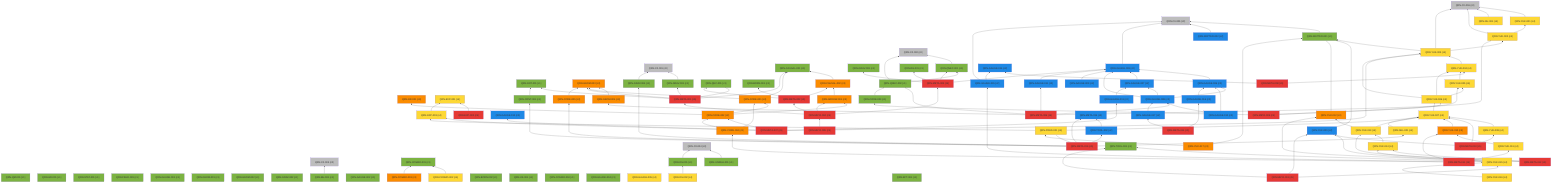
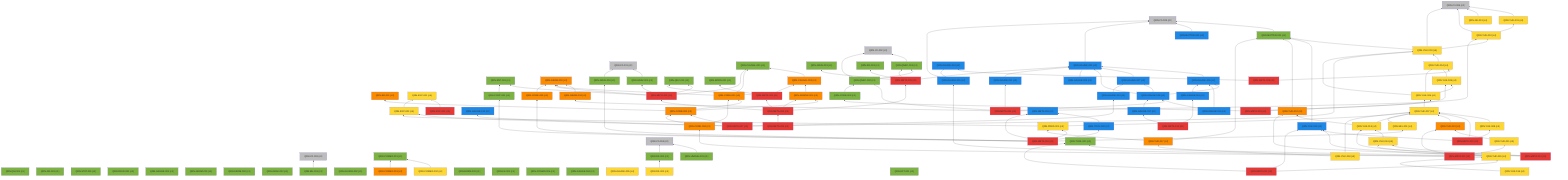
%% 自動生成 (dag/report.pl) — QRN 主張依存グラフ
graph BT
  QRN_C0_001["QRN-C0-001 (c0)"]:::c0
  QRN_C0_002["QRN-C0-002 (c0)"]:::c0
  QRN_C0_003["QRN-C0-003 (c0)"]:::c0
  QRN_C0_004["QRN-C0-004 (c0)"]:::c0
  QRN_C0_005["QRN-C0-005 (c0)"]:::c0
  QRN_C0_006["QRN-C0-006 (c0)"]:::c0
  QRN_QM_001["QRN-QM-001 (c1)"]:::c1
  QRN_GR_001["QRN-GR-001 (c1)"]:::c1
  QRN_STAT_001["QRN-STAT-001 (c1)"]:::c1
  QRN_FIELD_001["QRN-FIELD-001 (c1)"]:::c1
  QRN_GAUGE_001["QRN-GAUGE-001 (c1)"]:::c1
  QRN_ENT_001["QRN-ENT-001 (c1)"]:::c1
  QRN_GEOM_001["QRN-GEOM-001 (c1)"]:::c1
  QRN_GEOM_002["QRN-GEOM-002 (c1)"]:::c1
  QRN_GEOM_003["QRN-GEOM-003 (c3)"]:::c3
  QRN_GRAV_001["QRN-GRAV-001 (c1)"]:::c1
  QRN_GRAV_002["QRN-GRAV-002 (c1)"]:::c1
  QRN_BH_001["QRN-BH-001 (c1)"]:::c1
  QRN_CAUSAL_001["QRN-CAUSAL-001 (c1)"]:::c1
  QRN_CAUSAL_002["QRN-CAUSAL-002 (c3)"]:::c3
  QRN_ER_001["QRN-ER-001 (c3)"]:::c3
  QRN_QEC_001["QRN-QEC-001 (c1)"]:::c1
  QRN_GAUGE_002["QRN-GAUGE-002 (c1)"]:::c1
  QRN_COSMO_001["QRN-COSMO-001 (c1)"]:::c1
  QRN_COSMO_002["QRN-COSMO-002 (c4)"]:::c4
  QRN_COSMO_003["QRN-COSMO-003 (c3)"]:::c3
  QRN_BORN_001["QRN-BORN-001 (c1)"]:::c1
  QRN_BORN_002["QRN-BORN-002 (c1)"]:::c1
  QRN_GRAV_003["QRN-GRAV-003 (c1)"]:::c1
  QRN_KK_001["QRN-KK-001 (c1)"]:::c1
  QRN_MATTER_001["QRN-MATTER-001 (c1)"]:::c1
  QRN_MATTER_002["QRN-MATTER-002 (c2)"]:::c2
  QRN_COSMO_004["QRN-COSMO-004 (c1)"]:::c1
  QRN_EXP_001["QRN-EXP-001 (c4)"]:::c4
  QRN_GAUGE_003["QRN-GAUGE-003 (c2)"]:::c2
  QRN_GAUGE_004["QRN-GAUGE-004 (c1)"]:::c1
  QRN_GAUGE_005["QRN-GAUGE-005 (c4)"]:::c4
  QRN_YUK_001["QRN-YUK-001 (c4)"]:::c4
  QRN_RG_001["QRN-RG-001 (c1)"]:::c1
  QRN_UNRUH_001["QRN-UNRUH-001 (c1)"]:::c1
  QRN_QNEC_001["QRN-QNEC-001 (c1)"]:::c1
  QRN_NU_001["QRN-NU-001 (c4)"]:::c4
  QRN_GAUGE_006["QRN-GAUGE-006 (c2)"]:::c2
  QRN_DS_001["QRN-DS-001 (c1)"]:::c1
  QRN_DS_002["QRN-DS-002 (c4)"]:::c4
  QRN_ARROW_001["QRN-ARROW-001 (c3)"]:::c3
  QRN_GAUGE_007["QRN-GAUGE-007 (c2)"]:::c2
  QRN_EFT_001["QRN-EFT-001 (c1)"]:::c1
  QRN_GAUGE_008["QRN-GAUGE-008 (c2)"]:::c2
  QRN_GAUGE_009["QRN-GAUGE-009 (c2)"]:::c2
  QRN_GAUGE_010["QRN-GAUGE-010 (c2)"]:::c2
  QRN_QNEC_002["QRN-QNEC-002 (c1)"]:::c1
  QRN_GEOM_004["QRN-GEOM-004 (c3)"]:::c3
  QRN_YUK_002["QRN-YUK-002 (c4)"]:::c4
  QRN_EXP_002["QRN-EXP-002 (c5)"]:::c5
  QRN_CORE_001["QRN-CORE-001 (c3)"]:::c3
  QRN_GAUGE_011["QRN-GAUGE-011 (c2)"]:::c2
  QRN_GAUGE_012["QRN-GAUGE-012 (c2)"]:::c2
  QRN_YUK_003["QRN-YUK-003 (c4)"]:::c4
  QRN_EXP_003["QRN-EXP-003 (c4)"]:::c4
  QRN_CORE_002["QRN-CORE-002 (c3)"]:::c3
  QRN_GAUGE_013["QRN-GAUGE-013 (c2)"]:::c2
  QRN_YUK_004["QRN-YUK-004 (c4)"]:::c4
  QRN_GAUGE_014["QRN-GAUGE-014 (c2)"]:::c2
  QRN_META_001["QRN-META-001 (c5)"]:::c5
  QRN_META_002["QRN-META-002 (c5)"]:::c5
  QRN_META_003["QRN-META-003 (c5)"]:::c5
  QRN_META_004["QRN-META-004 (c5)"]:::c5
  QRN_META_005["QRN-META-005 (c5)"]:::c5
  QRN_META_006["QRN-META-006 (c5)"]:::c5
  QRN_META_007["QRN-META-007 (c5)"]:::c5
  QRN_META_008["QRN-META-008 (c5)"]:::c5
  QRN_YUK_005["QRN-YUK-005 (c4)"]:::c4
  QRN_YUK_006["QRN-YUK-006 (c4)"]:::c4
  QRN_CORE_003["QRN-CORE-003 (c1)"]:::c1
  QRN_META_009["QRN-META-009 (c5)"]:::c5
  QRN_YUK_007["QRN-YUK-007 (c4)"]:::c4
  QRN_YUK_008["QRN-YUK-008 (c4)"]:::c4
  QRN_YUK_009["QRN-YUK-009 (c2)"]:::c2
  QRN_META_010["QRN-META-010 (c5)"]:::c5
  QRN_GAUGE_015["QRN-GAUGE-015 (c2)"]:::c2
  QRN_YUK_010["QRN-YUK-010 (c3)"]:::c3
  QRN_YUK_011["QRN-YUK-011 (c4)"]:::c4
  QRN_CORE_004["QRN-CORE-004 (c3)"]:::c3
  QRN_META_011["QRN-META-011 (c5)"]:::c5
  QRN_YUK_012["QRN-YUK-012 (c3)"]:::c3
  QRN_YUK_013["QRN-YUK-013 (c4)"]:::c4
  QRN_YUK_014["QRN-YUK-014 (c4)"]:::c4
  QRN_META_012["QRN-META-012 (c5)"]:::c5
  QRN_TOOL_001["QRN-TOOL-001 (c1)"]:::c1
  QRN_YUK_015["QRN-YUK-015 (c4)"]:::c4
  QRN_META_013["QRN-META-013 (c5)"]:::c5
  QRN_GAUGE_016["QRN-GAUGE-016 (c2)"]:::c2
  QRN_GAUGE_017["QRN-GAUGE-017 (c2)"]:::c2
  QRN_META_014["QRN-META-014 (c5)"]:::c5
  QRN_META_015["QRN-META-015 (c2)"]:::c2
  QRN_TOOL_002["QRN-TOOL-002 (c2)"]:::c2
  QRN_CORE_005["QRN-CORE-005 (c3)"]:::c3
  QRN_CONT_001["QRN-CONT-001 (c1)"]:::c1
  QRN_SEL_001["QRN-SEL-001 (c4)"]:::c4
  QRN_GRAV_004["QRN-GRAV-004 (c1)"]:::c1
  QRN_PRED_001["QRN-PRED-001 (c4)"]:::c4
  QRN_META_016["QRN-META-016 (c5)"]:::c5
  QRN_YUK_016["QRN-YUK-016 (c4)"]:::c4
  QRN_YUK_017["QRN-YUK-017 (c3)"]:::c3
+   QRN_YUK_018["QRN-YUK-018 (c4)"]:::c4
  QRN_GRAV_001 --> QRN_C0_001
  QRN_BH_001 --> QRN_C0_003
  QRN_CAUSAL_002 --> QRN_CAUSAL_001
  QRN_COSMO_002 --> QRN_COSMO_001
  QRN_COSMO_003 --> QRN_COSMO_001
  QRN_MATTER_001 --> QRN_C0_005
  QRN_MATTER_002 --> QRN_C0_005
  QRN_GAUGE_003 --> QRN_C0_005
  QRN_YUK_001 --> QRN_C0_006
  QRN_UNRUH_001 --> QRN_C0_004
  QRN_QNEC_001 --> QRN_C0_002
  QRN_NU_001 --> QRN_C0_006
  QRN_GAUGE_006 --> QRN_GAUGE_003
  QRN_DS_001 --> QRN_C0_004
  QRN_DS_002 --> QRN_DS_001
  QRN_ARROW_001 --> QRN_CAUSAL_002
  QRN_GAUGE_007 --> QRN_GAUGE_003
  QRN_GAUGE_008 --> QRN_GAUGE_003
  QRN_GAUGE_008 --> QRN_GAUGE_006
  QRN_GAUGE_008 --> QRN_GAUGE_007
  QRN_GAUGE_009 --> QRN_GAUGE_003
  QRN_GAUGE_010 --> QRN_GAUGE_006
  QRN_GAUGE_010 --> QRN_GAUGE_008
  QRN_QNEC_002 --> QRN_C0_002
  QRN_QNEC_002 --> QRN_QNEC_001
  QRN_GEOM_004 --> QRN_GEOM_003
  QRN_YUK_002 --> QRN_C0_006
  QRN_YUK_002 --> QRN_YUK_001
  QRN_EXP_002 --> QRN_EXP_001
  QRN_CORE_001 --> QRN_GEOM_003
  QRN_CORE_001 --> QRN_CAUSAL_001
  QRN_GAUGE_011 --> QRN_GAUGE_003
  QRN_YUK_003 --> QRN_C0_006
  QRN_YUK_003 --> QRN_MATTER_001
  QRN_YUK_003 --> QRN_YUK_002
  QRN_EXP_003 --> QRN_EXP_001
  QRN_CORE_002 --> QRN_CORE_001
  QRN_CORE_002 --> QRN_ER_001
  QRN_CORE_002 --> QRN_ARROW_001
  QRN_GAUGE_013 --> QRN_GAUGE_007
  QRN_YUK_004 --> QRN_YUK_003
  QRN_META_001 --> QRN_GEOM_003
  QRN_META_001 --> QRN_GRAV_001
  QRN_META_001 --> QRN_CAUSAL_001
  QRN_META_001 --> QRN_QEC_001
  QRN_META_001 --> QRN_ENT_001
  QRN_META_002 --> QRN_QEC_001
  QRN_META_002 --> QRN_BORN_001
  QRN_META_002 --> QRN_CAUSAL_002
  QRN_META_003 --> QRN_GAUGE_003
  QRN_META_003 --> QRN_RG_001
  QRN_META_003 --> QRN_QNEC_001
  QRN_META_003 --> QRN_GRAV_003
  QRN_META_004 --> QRN_META_001
  QRN_META_004 --> QRN_META_002
  QRN_META_004 --> QRN_META_003
  QRN_META_004 --> QRN_ARROW_001
  QRN_META_005 --> QRN_META_004
  QRN_META_006 --> QRN_GAUGE_008
  QRN_META_006 --> QRN_QNEC_002
  QRN_META_006 --> QRN_GEOM_004
  QRN_META_006 --> QRN_YUK_002
  QRN_META_006 --> QRN_GAUGE_011
  QRN_META_007 --> QRN_GAUGE_012
  QRN_META_007 --> QRN_YUK_003
  QRN_META_007 --> QRN_EXP_003
  QRN_META_007 --> QRN_CORE_002
  QRN_META_007 --> QRN_GAUGE_013
  QRN_META_008 --> QRN_YUK_004
  QRN_META_008 --> QRN_GAUGE_014
  QRN_YUK_005 --> QRN_YUK_004
  QRN_YUK_006 --> QRN_YUK_003
  QRN_YUK_006 --> QRN_YUK_004
  QRN_YUK_006 --> QRN_YUK_005
  QRN_CORE_003 --> QRN_QNEC_002
  QRN_META_009 --> QRN_YUK_005
  QRN_META_009 --> QRN_YUK_006
  QRN_META_009 --> QRN_CORE_003
  QRN_YUK_007 --> QRN_YUK_006
  QRN_YUK_008 --> QRN_YUK_007
  QRN_YUK_009 --> QRN_MATTER_001
  QRN_META_010 --> QRN_YUK_007
  QRN_META_010 --> QRN_YUK_008
  QRN_META_010 --> QRN_YUK_009
  QRN_GAUGE_015 --> QRN_C0_005
  QRN_GAUGE_015 --> QRN_GAUGE_014
  QRN_YUK_010 --> QRN_YUK_007
  QRN_YUK_011 --> QRN_YUK_010
  QRN_CORE_004 --> QRN_CORE_001
  QRN_CORE_004 --> QRN_CORE_002
  QRN_META_011 --> QRN_GAUGE_015
  QRN_META_011 --> QRN_YUK_010
  QRN_META_011 --> QRN_YUK_011
  QRN_META_011 --> QRN_CORE_004
  QRN_YUK_012 --> QRN_MATTER_001
  QRN_YUK_013 --> QRN_YUK_012
  QRN_YUK_013 --> QRN_YUK_007
  QRN_YUK_014 --> QRN_YUK_013
  QRN_META_012 --> QRN_YUK_012
  QRN_META_012 --> QRN_YUK_013
  QRN_META_012 --> QRN_YUK_014
  QRN_YUK_015 --> QRN_YUK_014
  QRN_YUK_015 --> QRN_TOOL_001
  QRN_YUK_015 --> QRN_YUK_009
  QRN_META_013 --> QRN_YUK_015
  QRN_META_013 --> QRN_TOOL_001
  QRN_META_013 --> QRN_YUK_009
  QRN_GAUGE_016 --> QRN_GAUGE_006
  QRN_GAUGE_017 --> QRN_GAUGE_008
  QRN_META_014 --> QRN_GAUGE_016
  QRN_META_014 --> QRN_GAUGE_017
  QRN_TOOL_002 --> QRN_META_015
  QRN_CORE_005 --> QRN_GEOM_003
  QRN_CONT_001 --> QRN_ENT_001
  QRN_SEL_001 --> QRN_YUK_007
  QRN_GRAV_004 --> QRN_C0_001
  QRN_PRED_001 --> QRN_YUK_007
  QRN_PRED_001 --> QRN_EXP_003
  QRN_META_016 --> QRN_META_015
  QRN_META_016 --> QRN_TOOL_002
  QRN_META_016 --> QRN_CORE_005
  QRN_META_016 --> QRN_CONT_001
  QRN_META_016 --> QRN_SEL_001
  QRN_META_016 --> QRN_GRAV_004
  QRN_META_016 --> QRN_PRED_001
  QRN_YUK_016 --> QRN_YUK_015
  QRN_YUK_017 --> QRN_MATTER_001
  QRN_YUK_017 --> QRN_PRED_001
+   QRN_YUK_018 --> QRN_YUK_017
+   QRN_YUK_018 --> QRN_YUK_007
  classDef c0 fill:#bdbdbd
  classDef c1 fill:#7cb342
  classDef c2 fill:#1e88e5
  classDef c3 fill:#fb8c00
  classDef c4 fill:#fdd835
  classDef c5 fill:#e53935
